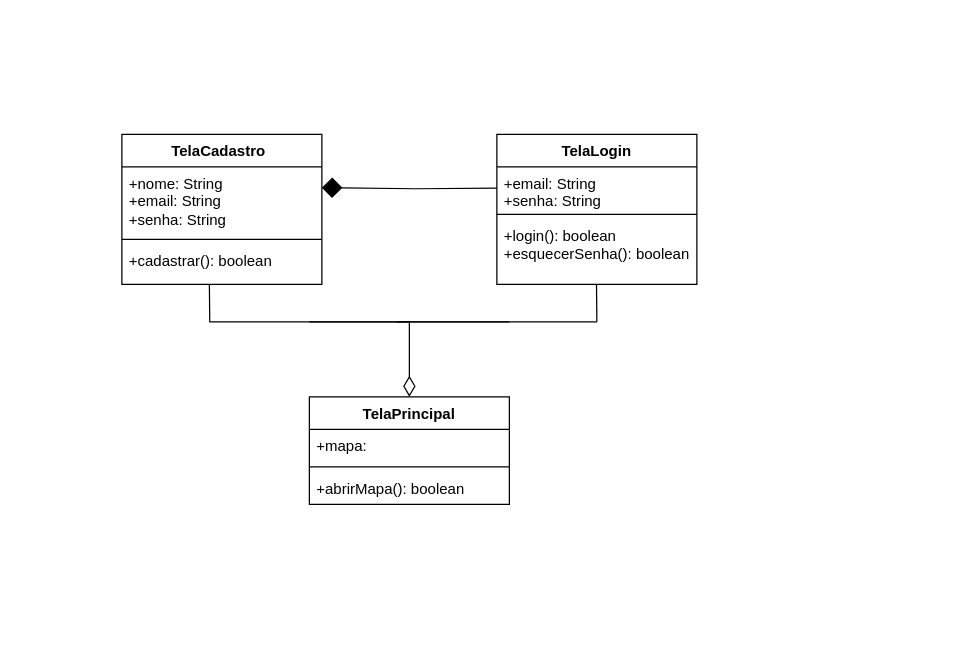
Above: Documentos/Diagrama de Classes.drawio in JoaoPauloColombo/Projeto1 (draw.io), before the change. Source tidied: cells renumbered, new cells numbered last; positions are measured from the earlier drawing's top-left corner, leaving out a move shared by most shapes. Both pictures are drawn from the tidied source at 125%, with x=0, y=0 at pixel (121, 134).
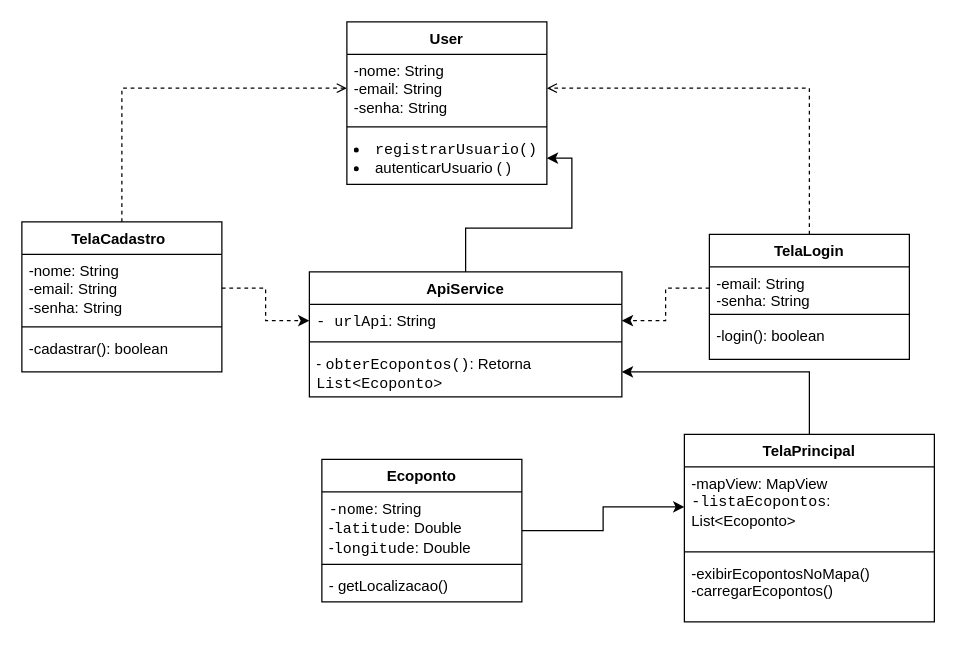
The same diagram, later.

Commit message:
Atualização do UML

The edit, as a diff of the source:
```diff
@@
+    <mxCell id="21" style="edgeStyle=orthogonalEdgeStyle;rounded=0;jettySize=auto;html=1;exitX=0.5;exitY=0;exitDx=0;exitDy=0;entryX=0;entryY=0.5;entryDx=0;entryDy=0;endArrow=open;endFill=0;dashed=1;" parent="1" edge="1" source="2" target="25">
+      <mxGeometry relative="1" as="geometry" />
+    </mxCell>
     <mxCell id="2" value="TelaCadastro&lt;span style=&quot;white-space: pre;&quot;&gt;&#9;&lt;/span&gt;" style="swimlane;fontStyle=1;align=center;verticalAlign=top;horizontal=1;startSize=26;whiteSpace=wrap;html=1;" parent="1" vertex="1">
-      <mxGeometry width="160" height="120" as="geometry" />
+      <mxGeometry x="-80" y="70" width="160" height="120" as="geometry" />
     </mxCell>
-    <mxCell id="3" value="+nome: String&lt;div&gt;+email: String&lt;/div&gt;&lt;div&gt;+senha: String&lt;/div&gt;" style="text;strokeColor=none;fillColor=none;align=left;verticalAlign=top;spacingLeft=4;spacingRight=4;overflow=hidden;points=[[0,0.5],[1,0.5]];portConstraint=eastwest;whiteSpace=wrap;html=1;" parent="2" vertex="1">
+    <mxCell id="3" value="-nome: String&lt;div&gt;-email: String&lt;/div&gt;&lt;div&gt;-senha: String&lt;/div&gt;" style="text;strokeColor=none;fillColor=none;align=left;verticalAlign=top;spacingLeft=4;spacingRight=4;overflow=hidden;points=[[0,0.5],[1,0.5]];portConstraint=eastwest;whiteSpace=wrap;html=1;" parent="2" vertex="1">
       <mxGeometry y="26" width="160" height="54" as="geometry" />
     </mxCell>
@@
-    <mxCell id="5" value="+cadastrar(): boolean" style="text;strokeColor=none;fillColor=none;align=left;verticalAlign=top;spacingLeft=4;spacingRight=4;overflow=hidden;whiteSpace=wrap;html=1;" parent="2" vertex="1">
+    <mxCell id="5" value="-cadastrar(): boolean" style="text;strokeColor=none;fillColor=none;align=left;verticalAlign=top;spacingLeft=4;spacingRight=4;overflow=hidden;whiteSpace=wrap;html=1;" parent="2" vertex="1">
       <mxGeometry y="88" width="160" height="32" as="geometry" />
     </mxCell>
-    <mxCell id="6" style="edgeStyle=orthogonalEdgeStyle;rounded=0;jettySize=auto;html=1;exitX=0.5;exitY=0;exitDx=0;exitDy=0;endArrow=none;endFill=0;startArrow=diamondThin;startFill=0;strokeWidth=1;startSize=14;" parent="1" edge="1" source="7">
-      <mxGeometry relative="1" as="geometry">
-        <mxPoint x="230" y="150" as="targetPoint" />
-      </mxGeometry>
-    </mxCell>
+    <mxCell id="22" style="edgeStyle=orthogonalEdgeStyle;rounded=0;jettySize=auto;html=1;exitX=0.5;exitY=0;exitDx=0;exitDy=0;entryX=1;entryY=0.5;entryDx=0;entryDy=0;" parent="1" edge="1" source="7" target="32">
+      <mxGeometry relative="1" as="geometry" />
+    </mxCell>
     <mxCell id="7" value="TelaPrincipal" style="swimlane;fontStyle=1;align=center;verticalAlign=top;horizontal=1;startSize=26;whiteSpace=wrap;html=1;" parent="1" vertex="1">
-      <mxGeometry x="150" y="210" width="160" height="86" as="geometry" />
+      <mxGeometry x="450" y="240" width="200" height="150" as="geometry" />
     </mxCell>
-    <mxCell id="8" value="+mapa:&amp;nbsp;" style="text;strokeColor=none;fillColor=none;align=left;verticalAlign=top;spacingLeft=4;spacingRight=4;overflow=hidden;points=[[0,0.5],[1,0.5]];portConstraint=eastwest;whiteSpace=wrap;html=1;" parent="7" vertex="1">
-      <mxGeometry y="26" width="160" height="26" as="geometry" />
+    <mxCell id="8" value="-mapView:&amp;nbsp;MapView&amp;nbsp;&lt;div&gt;&lt;code style=&quot;background-color: initial;&quot;&gt;-listaEcopontos&lt;/code&gt;&lt;span style=&quot;background-color: initial;&quot;&gt;: List&amp;lt;Ecoponto&amp;gt;&lt;/span&gt;&lt;div&gt;&lt;div&gt;&amp;nbsp;&lt;/div&gt;&lt;/div&gt;&lt;/div&gt;" style="text;strokeColor=none;fillColor=none;align=left;verticalAlign=top;spacingLeft=4;spacingRight=4;overflow=hidden;points=[[0,0.5],[1,0.5]];portConstraint=eastwest;whiteSpace=wrap;html=1;" parent="7" vertex="1">
+      <mxGeometry y="26" width="200" height="64" as="geometry" />
     </mxCell>
     <mxCell id="9" style="line;strokeWidth=1;fillColor=none;align=left;verticalAlign=middle;spacingTop=-1;spacingLeft=3;spacingRight=3;labelPosition=right;strokeColor=inherit;" parent="7" vertex="1">
-      <mxGeometry y="52" width="160" height="8" as="geometry" />
+      <mxGeometry y="90" width="200" height="8" as="geometry" />
     </mxCell>
-    <mxCell id="10" value="+abrirMapa(): boolean" style="text;strokeColor=none;fillColor=none;align=left;verticalAlign=top;spacingLeft=4;spacingRight=4;overflow=hidden;whiteSpace=wrap;html=1;" parent="7" vertex="1">
-      <mxGeometry y="60" width="160" height="26" as="geometry" />
+    <mxCell id="10" value="&lt;span style=&quot;background-color: initial;&quot;&gt;-exibirEcopontosNoMapa()&lt;/span&gt;&lt;br&gt;&lt;span style=&quot;background-color: initial;&quot;&gt;-carregarEcopontos()&lt;/span&gt;" style="text;strokeColor=none;fillColor=none;align=left;verticalAlign=top;spacingLeft=4;spacingRight=4;overflow=hidden;whiteSpace=wrap;html=1;" parent="7" vertex="1">
+      <mxGeometry y="98" width="200" height="52" as="geometry" />
     </mxCell>
+    <mxCell id="23" style="edgeStyle=orthogonalEdgeStyle;rounded=0;jettySize=auto;html=1;entryX=1;entryY=0.5;entryDx=0;entryDy=0;endArrow=open;endFill=0;dashed=1;" parent="1" edge="1" source="11" target="25">
+      <mxGeometry relative="1" as="geometry" />
+    </mxCell>
     <mxCell id="11" value="TelaLogin" style="swimlane;fontStyle=1;align=center;verticalAlign=top;horizontal=1;startSize=26;whiteSpace=wrap;html=1;" parent="1" vertex="1">
-      <mxGeometry x="300" width="160" height="120" as="geometry" />
+      <mxGeometry x="470" y="80" width="160" height="100" as="geometry" />
     </mxCell>
-    <mxCell id="12" value="+email: String&lt;div&gt;+senha: String&lt;/div&gt;" style="text;strokeColor=none;fillColor=none;align=left;verticalAlign=top;spacingLeft=4;spacingRight=4;overflow=hidden;points=[[0,0.5],[1,0.5]];portConstraint=eastwest;whiteSpace=wrap;html=1;" parent="11" vertex="1">
+    <mxCell id="12" value="-email: String&lt;div&gt;-senha: String&lt;/div&gt;" style="text;strokeColor=none;fillColor=none;align=left;verticalAlign=top;spacingLeft=4;spacingRight=4;overflow=hidden;points=[[0,0.5],[1,0.5]];portConstraint=eastwest;whiteSpace=wrap;html=1;" parent="11" vertex="1">
       <mxGeometry y="26" width="160" height="34" as="geometry" />
     </mxCell>
@@
-    <mxCell id="14" value="+login(): boolean&lt;div&gt;+esquecerSenha(): boolean&lt;/div&gt;" style="text;strokeColor=none;fillColor=none;align=left;verticalAlign=top;spacingLeft=4;spacingRight=4;overflow=hidden;whiteSpace=wrap;html=1;" parent="11" vertex="1">
-      <mxGeometry y="68" width="160" height="52" as="geometry" />
+    <mxCell id="14" value="-login(): boolean&lt;div&gt;&lt;br&gt;&lt;/div&gt;" style="text;strokeColor=none;fillColor=none;align=left;verticalAlign=top;spacingLeft=4;spacingRight=4;overflow=hidden;whiteSpace=wrap;html=1;" parent="11" vertex="1">
+      <mxGeometry y="68" width="160" height="32" as="geometry" />
     </mxCell>
-    <mxCell id="15" style="edgeStyle=orthogonalEdgeStyle;rounded=0;orthogonalLoop=1;jettySize=auto;html=1;entryX=0.985;entryY=0.301;entryDx=0;entryDy=0;entryPerimeter=0;endArrow=diamond;endFill=1;strokeWidth=1;startSize=9;endSize=14;" parent="1" edge="1">
-      <mxGeometry relative="1" as="geometry">
-        <mxPoint x="300" y="43" as="sourcePoint" />
-        <mxPoint x="160" y="42.6" as="targetPoint" />
-      </mxGeometry>
-    </mxCell>
-    <mxCell id="16" style="endArrow=none;html=1;rounded=0;" parent="1" edge="1">
-      <mxGeometry relative="1" as="geometry">
-        <mxPoint x="150" y="150" as="sourcePoint" />
-        <mxPoint x="310" y="150" as="targetPoint" />
-      </mxGeometry>
-    </mxCell>
-    <mxCell id="17" style="endArrow=none;html=1;rounded=0;" parent="1" edge="1">
-      <mxGeometry relative="1" as="geometry">
-        <mxPoint x="379.7" y="120" as="sourcePoint" />
-        <mxPoint x="380" y="150" as="targetPoint" />
-      </mxGeometry>
-    </mxCell>
-    <mxCell id="18" style="endArrow=none;html=1;rounded=0;" parent="1" edge="1">
-      <mxGeometry relative="1" as="geometry">
-        <mxPoint x="220" y="150" as="sourcePoint" />
-        <mxPoint x="380" y="150" as="targetPoint" />
-      </mxGeometry>
-    </mxCell>
-    <mxCell id="19" style="endArrow=none;html=1;rounded=0;" parent="1" edge="1">
-      <mxGeometry relative="1" as="geometry">
-        <mxPoint x="70" y="150" as="sourcePoint" />
-        <mxPoint x="230" y="150" as="targetPoint" />
-      </mxGeometry>
-    </mxCell>
-    <mxCell id="20" style="endArrow=none;html=1;rounded=0;" parent="1" edge="1">
-      <mxGeometry relative="1" as="geometry">
-        <mxPoint x="70" y="120" as="sourcePoint" />
-        <mxPoint x="70.3" y="150" as="targetPoint" />
-      </mxGeometry>
-    </mxCell>
+    <mxCell id="24" value="User" style="swimlane;fontStyle=1;align=center;verticalAlign=top;horizontal=1;startSize=26;whiteSpace=wrap;html=1;" parent="1" vertex="1">
+      <mxGeometry x="180" y="-90" width="160" height="130" as="geometry" />
+    </mxCell>
+    <mxCell id="25" value="-nome: String&lt;div&gt;-email: String&lt;/div&gt;&lt;div&gt;-senha: String&lt;/div&gt;" style="text;strokeColor=none;fillColor=none;align=left;verticalAlign=top;spacingLeft=4;spacingRight=4;overflow=hidden;points=[[0,0.5],[1,0.5]];portConstraint=eastwest;whiteSpace=wrap;html=1;" parent="24" vertex="1">
+      <mxGeometry y="26" width="160" height="54" as="geometry" />
+    </mxCell>
+    <mxCell id="26" style="line;strokeWidth=1;fillColor=none;align=left;verticalAlign=middle;spacingTop=-1;spacingLeft=3;spacingRight=3;labelPosition=right;strokeColor=inherit;" parent="24" vertex="1">
+      <mxGeometry y="80" width="160" height="8" as="geometry" />
+    </mxCell>
+    <mxCell id="27" value="&lt;li&gt;&lt;code&gt;registrarUsuario()&lt;/code&gt;&lt;/li&gt;&lt;li&gt;autenticarUsuario ( )&lt;/li&gt;" style="text;strokeColor=none;fillColor=none;align=left;verticalAlign=top;spacingLeft=4;spacingRight=4;overflow=hidden;points=[[0,0.5],[1,0.5]];portConstraint=eastwest;whiteSpace=wrap;html=1;" parent="24" vertex="1">
+      <mxGeometry y="88" width="160" height="42" as="geometry" />
+    </mxCell>
+    <mxCell id="28" style="edgeStyle=orthogonalEdgeStyle;rounded=0;jettySize=auto;html=1;exitX=0.5;exitY=0;exitDx=0;exitDy=0;entryX=1;entryY=0.5;entryDx=0;entryDy=0;" parent="1" edge="1" source="29" target="27">
+      <mxGeometry relative="1" as="geometry" />
+    </mxCell>
+    <mxCell id="29" value="ApiService" style="swimlane;fontStyle=1;align=center;verticalAlign=top;horizontal=1;startSize=26;whiteSpace=wrap;html=1;" parent="1" vertex="1">
+      <mxGeometry x="150" y="110" width="250" height="100" as="geometry" />
+    </mxCell>
+    <mxCell id="30" value="&lt;code style=&quot;background-color: initial;&quot;&gt;- urlApi&lt;/code&gt;&lt;span style=&quot;background-color: initial;&quot;&gt;: String&lt;/span&gt;" style="text;strokeColor=none;fillColor=none;align=left;verticalAlign=top;spacingLeft=4;spacingRight=4;overflow=hidden;points=[[0,0.5],[1,0.5]];portConstraint=eastwest;whiteSpace=wrap;html=1;" parent="29" vertex="1">
+      <mxGeometry y="26" width="250" height="26" as="geometry" />
+    </mxCell>
+    <mxCell id="31" style="line;strokeWidth=1;fillColor=none;align=left;verticalAlign=middle;spacingTop=-1;spacingLeft=3;spacingRight=3;labelPosition=right;strokeColor=inherit;" parent="29" vertex="1">
+      <mxGeometry y="52" width="250" height="8" as="geometry" />
+    </mxCell>
+    <mxCell id="32" value="&lt;span style=&quot;background-color: initial;&quot;&gt;-&amp;nbsp;&lt;/span&gt;&lt;code style=&quot;background-color: initial;&quot;&gt;obterEcopontos()&lt;/code&gt;&lt;span style=&quot;background-color: initial;&quot;&gt;: Retorna &lt;/span&gt;&lt;code style=&quot;background-color: initial;&quot;&gt;List&amp;lt;Ecoponto&amp;gt;&lt;/code&gt;&lt;h3&gt;&lt;/h3&gt;" style="text;strokeColor=none;fillColor=none;align=left;verticalAlign=top;spacingLeft=4;spacingRight=4;overflow=hidden;points=[[0,0.5],[1,0.5]];portConstraint=eastwest;whiteSpace=wrap;html=1;" parent="29" vertex="1">
+      <mxGeometry y="60" width="250" height="40" as="geometry" />
+    </mxCell>
+    <mxCell id="33" value="Ecoponto" style="swimlane;fontStyle=1;align=center;verticalAlign=top;horizontal=1;startSize=26;whiteSpace=wrap;html=1;" parent="1" vertex="1">
+      <mxGeometry x="160" y="260" width="160" height="114" as="geometry" />
+    </mxCell>
+    <mxCell id="34" value="&lt;code style=&quot;background-color: initial;&quot;&gt;-nome&lt;/code&gt;&lt;span style=&quot;background-color: initial;&quot;&gt;: String&lt;/span&gt;&lt;br&gt;&lt;div&gt;&lt;span style=&quot;background-color: initial;&quot;&gt;-&lt;/span&gt;&lt;code style=&quot;background-color: initial;&quot;&gt;latitude&lt;/code&gt;&lt;span style=&quot;background-color: initial;&quot;&gt;: Double&lt;/span&gt;&lt;/div&gt;&lt;div&gt;&lt;span style=&quot;background-color: initial;&quot;&gt;-&lt;/span&gt;&lt;code style=&quot;background-color: initial;&quot;&gt;longitude&lt;/code&gt;&lt;span style=&quot;background-color: initial;&quot;&gt;: Double&lt;/span&gt;&lt;/div&gt;" style="text;strokeColor=none;fillColor=none;align=left;verticalAlign=top;spacingLeft=4;spacingRight=4;overflow=hidden;whiteSpace=wrap;html=1;" parent="33" vertex="1">
+      <mxGeometry y="26" width="160" height="54" as="geometry" />
+    </mxCell>
+    <mxCell id="35" style="line;strokeWidth=1;fillColor=none;align=left;verticalAlign=middle;spacingTop=-1;spacingLeft=3;spacingRight=3;labelPosition=right;strokeColor=inherit;" parent="33" vertex="1">
+      <mxGeometry y="80" width="160" height="8" as="geometry" />
+    </mxCell>
+    <mxCell id="36" value="&lt;span style=&quot;background-color: initial;&quot;&gt;- getLocalizacao()&lt;/span&gt;" style="text;strokeColor=none;fillColor=none;align=left;verticalAlign=top;spacingLeft=4;spacingRight=4;overflow=hidden;whiteSpace=wrap;html=1;" parent="33" vertex="1">
+      <mxGeometry y="88" width="160" height="26" as="geometry" />
+    </mxCell>
+    <mxCell id="37" style="edgeStyle=orthogonalEdgeStyle;rounded=0;jettySize=auto;html=1;exitX=0;exitY=0.5;exitDx=0;exitDy=0;entryX=1;entryY=0.5;entryDx=0;entryDy=0;dashed=1;" parent="1" edge="1" source="12" target="30">
+      <mxGeometry relative="1" as="geometry" />
+    </mxCell>
+    <mxCell id="38" style="edgeStyle=orthogonalEdgeStyle;rounded=0;jettySize=auto;html=1;exitX=1;exitY=0.5;exitDx=0;exitDy=0;entryX=0;entryY=0.5;entryDx=0;entryDy=0;dashed=1;" parent="1" edge="1" source="3" target="30">
+      <mxGeometry relative="1" as="geometry" />
+    </mxCell>
+    <mxCell id="39" style="edgeStyle=orthogonalEdgeStyle;rounded=0;jettySize=auto;html=1;entryX=0;entryY=0.5;entryDx=0;entryDy=0;" parent="1" edge="1" source="33" target="8">
+      <mxGeometry relative="1" as="geometry" />
+    </mxCell>
```
